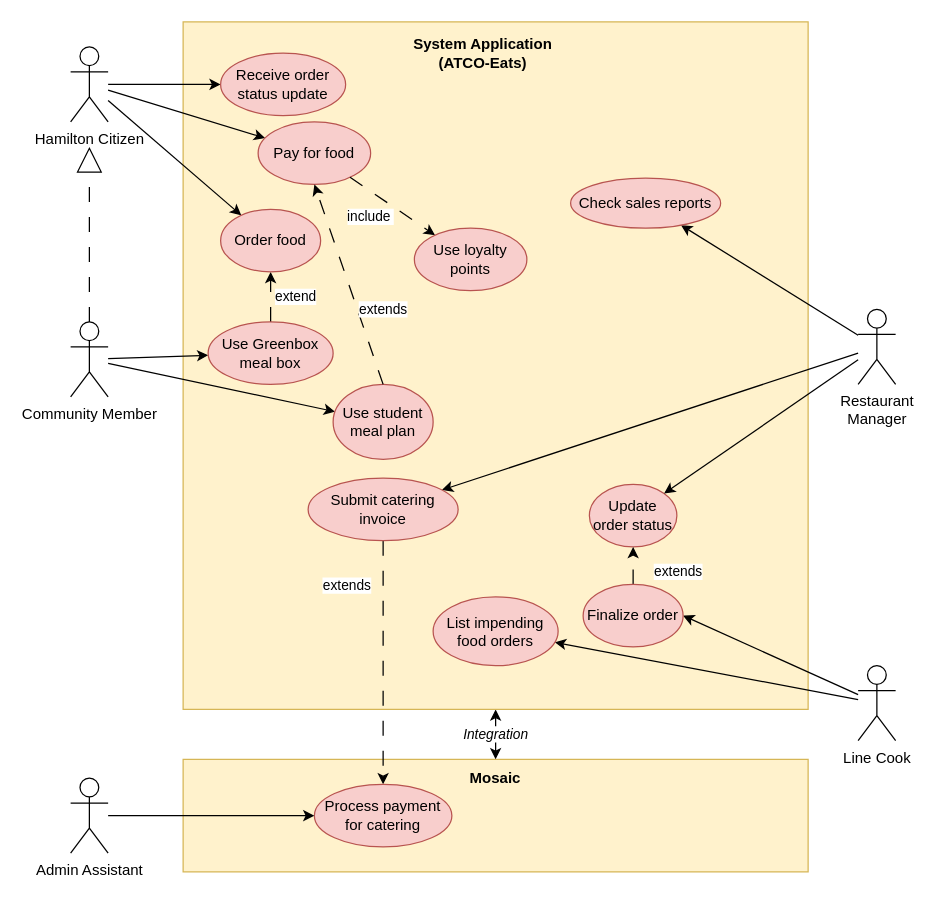
Before: models/use_case_diagram.drawio in ace-lectures/atco-eats, a draw.io diagram. Source tidied: cells renumbered, new cells numbered last; positions are measured from the earlier drawing's top-left corner, leaving out a move shared by most shapes. Both pictures are drawn from the tidied source at 125%, with x=0, y=0 at pixel (70, 21).
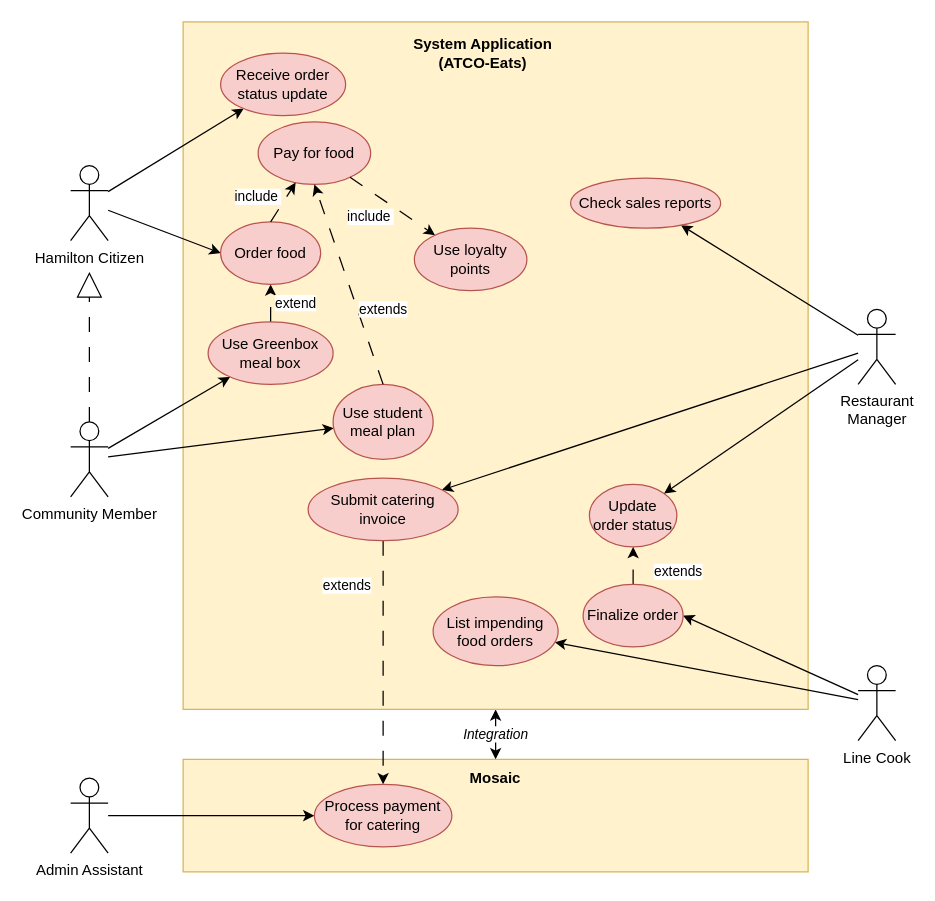
After the change.

Unchanged cells that the change refers to:
```xml
<mxCell id="27" value="Pay for food" style="ellipse;whiteSpace=wrap;html=1;fillColor=#f8cecc;strokeColor=#b85450;" parent="1" vertex="1">
  <mxGeometry x="150" y="80" width="90" height="50" as="geometry" />
</mxCell>
```

What changed in the source:
```diff
@@
-    <mxCell id="5" style="edgeStyle=none;rounded=0;jettySize=auto;html=1;" parent="1" edge="1" source="8" target="17">
-      <mxGeometry relative="1" as="geometry" />
-    </mxCell>
@@
-    <mxCell id="7" style="edgeStyle=none;rounded=0;jettySize=auto;html=1;" parent="1" edge="1" source="8" target="27">
+    <mxCell id="7" style="edgeStyle=none;rounded=0;jettySize=auto;html=1;entryX=0;entryY=0.5;entryDx=0;entryDy=0;" parent="1" edge="1" source="8" target="17">
       <mxGeometry relative="1" as="geometry" />
     </mxCell>
-    <mxCell id="8" value="Hamilton Citizen" style="shape=umlActor;verticalLabelPosition=bottom;verticalAlign=top;html=1;outlineConnect=0;" parent="1" vertex="1">
-      <mxGeometry y="20" width="30" height="60" as="geometry" />
-    </mxCell>
@@
     <mxCell id="17" value="Order food" style="ellipse;whiteSpace=wrap;html=1;fillColor=#f8cecc;strokeColor=#b85450;" parent="1" vertex="1">
-      <mxGeometry x="120" y="150" width="80" height="50" as="geometry" />
+      <mxGeometry x="120" y="160" width="80" height="50" as="geometry" />
     </mxCell>
@@
-    <mxCell id="23" style="edgeStyle=none;rounded=0;jettySize=auto;html=1;endArrow=block;endFill=0;dashed=1;dashPattern=12 12;startSize=6;endSize=18;" parent="1" edge="1" source="24">
-      <mxGeometry relative="1" as="geometry">
-        <mxPoint x="15" y="100" as="targetPoint" />
-      </mxGeometry>
-    </mxCell>
     <mxCell id="24" value="Community Member" style="shape=umlActor;verticalLabelPosition=bottom;verticalAlign=top;html=1;outlineConnect=0;" parent="1" vertex="1">
-      <mxGeometry y="240" width="30" height="60" as="geometry" />
+      <mxGeometry y="320" width="30" height="60" as="geometry" />
     </mxCell>
@@
+    <mxCell id="44" value="include&amp;nbsp;" style="edgeStyle=none;rounded=0;jettySize=auto;html=1;dashed=1;dashPattern=12 12;exitX=0.5;exitY=0;exitDx=0;exitDy=0;" parent="1" edge="1" source="17" target="27">
+      <mxGeometry x="-0.38" y="19" relative="1" as="geometry" />
+    </mxCell>
+    <mxCell id="45" style="edgeStyle=none;rounded=0;jettySize=auto;html=1;endArrow=block;endFill=0;dashed=1;dashPattern=12 12;startSize=6;endSize=18;" parent="1" edge="1" source="24">
+      <mxGeometry relative="1" as="geometry">
+        <mxPoint x="15" y="200" as="targetPoint" />
+      </mxGeometry>
+    </mxCell>
+    <mxCell id="8" value="Hamilton Citizen" style="shape=umlActor;verticalLabelPosition=bottom;verticalAlign=top;html=1;outlineConnect=0;" parent="1" vertex="1">
+      <mxGeometry y="115" width="30" height="60" as="geometry" />
+    </mxCell>
```
